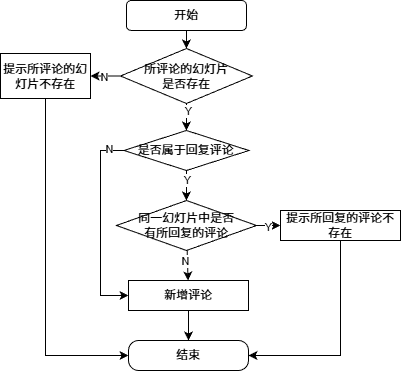
The draw.io diagram figures/drawio/新增评论流程图.drawio.png in agiantii/appt-thesis, before a commit. Source tidied: cells renumbered, new cells last; positions are measured from the earlier drawing's top-left corner, leaving out a move shared by most shapes.
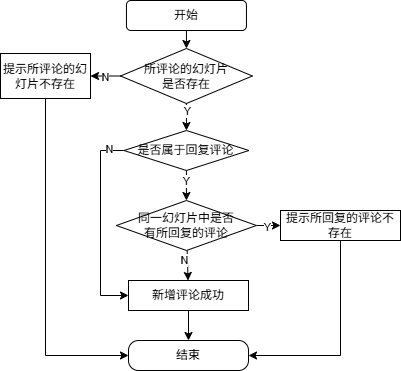
After the change.

Diff of the diagram source:
```diff
@@ -59,7 +59,7 @@
     <mxCell id="17" value="同一幻灯片中是否&#10;有所回复的评论" style="rhombus;whiteSpace=wrap;html=1;align=center;" parent="1" vertex="1">
       <mxGeometry x="115.9" y="200" width="140" height="50" as="geometry" />
     </mxCell>
-    <mxCell id="18" value="新增评论" style="whiteSpace=wrap;html=1;" parent="1" vertex="1">
+    <mxCell id="18" value="新增评论成功" style="whiteSpace=wrap;html=1;" parent="1" vertex="1">
       <mxGeometry x="128" y="280" width="120" height="30" as="geometry" />
     </mxCell>
     <mxCell id="19" style="edgeStyle=none;html=1;entryX=0.5;entryY=0;entryDx=0;entryDy=0;exitX=0.5;exitY=1;exitDx=0;exitDy=0;" parent="1" edge="1" source="18" target="4">
```
